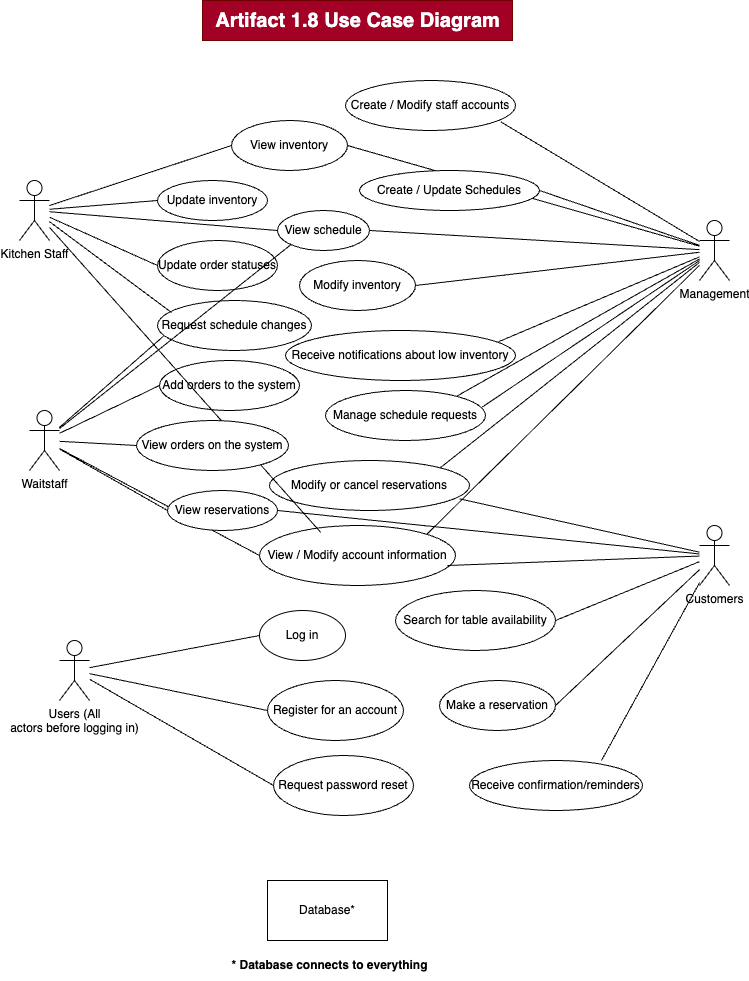
This is Evidence Folder/2. Design Artifacts/Behaviour Diagrams/Artifact 2.1 Use Case Diagram.png from ReginaAqua/RestaurantManagementSystem, a draw.io export, as it was before one commit. Source tidied: cells renumbered, new cells last; positions are measured from the earlier drawing's top-left corner, leaving out a move shared by most shapes. Source of this version:
```xml
<mxGraphModel>
  <root>
    <mxCell id="0" />
    <mxCell id="1" parent="0" />
    <mxCell id="2" style="rounded=0;jettySize=auto;html=1;entryX=0;entryY=0.5;entryDx=0;entryDy=0;endArrow=none;endFill=0;" parent="1" edge="1" source="5" target="27">
      <mxGeometry relative="1" as="geometry" />
    </mxCell>
    <mxCell id="3" style="rounded=0;jettySize=auto;html=1;entryX=0;entryY=0.5;entryDx=0;entryDy=0;endArrow=none;endFill=0;" parent="1" edge="1" source="5" target="28">
      <mxGeometry relative="1" as="geometry" />
    </mxCell>
    <mxCell id="4" style="rounded=0;jettySize=auto;html=1;entryX=0;entryY=0.5;entryDx=0;entryDy=0;endArrow=none;endFill=0;" parent="1" edge="1" source="5" target="33">
      <mxGeometry relative="1" as="geometry" />
    </mxCell>
    <mxCell id="5" value="Users (All&lt;div&gt;actors before logging in)&lt;/div&gt;" style="shape=umlActor;verticalLabelPosition=bottom;verticalAlign=top;html=1;outlineConnect=0;" parent="1" vertex="1">
      <mxGeometry x="40" y="640" width="30" height="60" as="geometry" />
    </mxCell>
    <mxCell id="6" style="rounded=0;jettySize=auto;html=1;entryX=0;entryY=0.5;entryDx=0;entryDy=0;endArrow=none;endFill=0;" parent="1" edge="1" source="10" target="29">
      <mxGeometry relative="1" as="geometry" />
    </mxCell>
    <mxCell id="7" style="rounded=0;jettySize=auto;html=1;entryX=0;entryY=0.5;entryDx=0;entryDy=0;endArrow=none;endFill=0;" parent="1" edge="1" source="10" target="34">
      <mxGeometry relative="1" as="geometry" />
    </mxCell>
    <mxCell id="8" style="rounded=0;jettySize=auto;html=1;entryX=0;entryY=0.5;entryDx=0;entryDy=0;endArrow=none;endFill=0;" parent="1" edge="1" source="10" target="59">
      <mxGeometry relative="1" as="geometry" />
    </mxCell>
    <mxCell id="9" style="rounded=0;jettySize=auto;html=1;entryX=0;entryY=0.5;entryDx=0;entryDy=0;endArrow=none;endFill=0;" parent="1" edge="1" source="10" target="37">
      <mxGeometry relative="1" as="geometry" />
    </mxCell>
    <mxCell id="10" value="Waitstaff" style="shape=umlActor;verticalLabelPosition=bottom;verticalAlign=top;html=1;outlineConnect=0;" parent="1" vertex="1">
      <mxGeometry x="10" y="410" width="30" height="60" as="geometry" />
    </mxCell>
    <mxCell id="11" style="rounded=0;jettySize=auto;html=1;entryX=0;entryY=0.5;entryDx=0;entryDy=0;endArrow=none;endFill=0;" parent="1" edge="1" source="15" target="45">
      <mxGeometry relative="1" as="geometry" />
    </mxCell>
    <mxCell id="12" style="rounded=0;jettySize=auto;html=1;entryX=0;entryY=0.5;entryDx=0;entryDy=0;endArrow=none;endFill=0;" parent="1" edge="1" source="15" target="36">
      <mxGeometry relative="1" as="geometry" />
    </mxCell>
    <mxCell id="13" style="rounded=0;jettySize=auto;html=1;entryX=0;entryY=0.5;entryDx=0;entryDy=0;endArrow=none;endFill=0;" parent="1" edge="1" source="15" target="46">
      <mxGeometry relative="1" as="geometry" />
    </mxCell>
    <mxCell id="14" style="rounded=0;jettySize=auto;html=1;entryX=0;entryY=0.5;entryDx=0;entryDy=0;endArrow=none;endFill=0;" parent="1" edge="1" source="15" target="42">
      <mxGeometry relative="1" as="geometry" />
    </mxCell>
    <mxCell id="15" value="Kitchen Staff" style="shape=umlActor;verticalLabelPosition=bottom;verticalAlign=top;html=1;outlineConnect=0;" parent="1" vertex="1">
      <mxGeometry y="180" width="30" height="60" as="geometry" />
    </mxCell>
    <mxCell id="16" style="rounded=0;jettySize=auto;html=1;entryX=1;entryY=0;entryDx=0;entryDy=0;endArrow=none;endFill=0;" parent="1" edge="1" source="22" target="29">
      <mxGeometry relative="1" as="geometry" />
    </mxCell>
    <mxCell id="17" style="rounded=0;jettySize=auto;html=1;entryX=1;entryY=0;entryDx=0;entryDy=0;endArrow=none;endFill=0;" parent="1" edge="1" source="22" target="31">
      <mxGeometry relative="1" as="geometry" />
    </mxCell>
    <mxCell id="18" style="rounded=0;jettySize=auto;html=1;entryX=1;entryY=0.5;entryDx=0;entryDy=0;endArrow=none;endFill=0;" parent="1" edge="1" source="22" target="43">
      <mxGeometry relative="1" as="geometry" />
    </mxCell>
    <mxCell id="19" style="rounded=0;jettySize=auto;html=1;entryX=1;entryY=0.5;entryDx=0;entryDy=0;endArrow=none;endFill=0;" parent="1" edge="1" source="22" target="42">
      <mxGeometry relative="1" as="geometry" />
    </mxCell>
    <mxCell id="20" style="rounded=0;jettySize=auto;html=1;entryX=1;entryY=0.5;entryDx=0;entryDy=0;endArrow=none;endFill=0;" parent="1" edge="1" source="22" target="36">
      <mxGeometry relative="1" as="geometry" />
    </mxCell>
    <mxCell id="21" style="rounded=0;jettySize=auto;html=1;entryX=1;entryY=0.5;entryDx=0;entryDy=0;endArrow=none;endFill=0;" parent="1" edge="1" source="22" target="54">
      <mxGeometry relative="1" as="geometry" />
    </mxCell>
    <mxCell id="22" value="Management" style="shape=umlActor;verticalLabelPosition=bottom;verticalAlign=top;html=1;outlineConnect=0;" parent="1" vertex="1">
      <mxGeometry x="680" y="220" width="30" height="60" as="geometry" />
    </mxCell>
    <mxCell id="23" style="rounded=0;jettySize=auto;html=1;entryX=1;entryY=0.5;entryDx=0;entryDy=0;endArrow=none;endFill=0;" parent="1" edge="1" source="26" target="32">
      <mxGeometry relative="1" as="geometry" />
    </mxCell>
    <mxCell id="24" style="rounded=0;jettySize=auto;html=1;entryX=1;entryY=0.5;entryDx=0;entryDy=0;endArrow=none;endFill=0;" parent="1" edge="1" source="26" target="30">
      <mxGeometry relative="1" as="geometry" />
    </mxCell>
    <mxCell id="25" style="rounded=0;jettySize=auto;html=1;entryX=1;entryY=0.5;entryDx=0;entryDy=0;endArrow=none;endFill=0;" parent="1" edge="1" source="26" target="34">
      <mxGeometry relative="1" as="geometry" />
    </mxCell>
    <mxCell id="26" value="Customers" style="shape=umlActor;verticalLabelPosition=bottom;verticalAlign=top;html=1;outlineConnect=0;" parent="1" vertex="1">
      <mxGeometry x="680" y="525" width="30" height="60" as="geometry" />
    </mxCell>
    <mxCell id="27" value="&lt;span style=&quot;color: rgba(0, 0, 0, 0); font-family: monospace; font-size: 0px; text-align: start; text-wrap: nowrap;&quot;&gt;&lt;span style=&quot;color: rgb(0, 0, 0); font-family: Helvetica; font-size: 12px; text-align: center;&quot;&gt;Register for an account&lt;/span&gt;3CmxGraphModel%3E%3Croot%3E%3CmxCell%20id%3D%220%22%2F%3E%3CmxCell%20id%3D%221%22%20parent%3D%220%22%2F%3E%3CmxCell%20id%3D%222%22%20value%3D%22%26lt%3Bspan%20style%3D%26quot%3Btext-wrap%3A%20nowrap%3B%26quot%3B%26gt%3BLog%20in%26lt%3B%2Fspan%26gt%3B%22%20style%3D%22ellipse%3BwhiteSpace%3Dwrap%3Bhtml%3D1%3B%22%20vertex%3D%221%22%20parent%3D%221%22%3E%3CmxGeometry%20x%3D%22294%22%20y%3D%22530%22%20width%3D%2286%22%20height%3D%2250%22%20as%3D%22geometry%22%2F%3E%3C%2FmxCell%3E%3C%2Froot%3E%3C%2FmxGraphModel%3Et&lt;/span&gt;" style="ellipse;whiteSpace=wrap;html=1;" parent="1" vertex="1">
      <mxGeometry x="248" y="680" width="136" height="60" as="geometry" />
    </mxCell>
    <mxCell id="28" value="&lt;span style=&quot;text-wrap: nowrap;&quot;&gt;Request password reset&lt;/span&gt;" style="ellipse;whiteSpace=wrap;html=1;" parent="1" vertex="1">
      <mxGeometry x="254" y="755" width="140" height="60" as="geometry" />
    </mxCell>
    <mxCell id="29" value="&lt;span style=&quot;text-wrap: nowrap;&quot;&gt;View / Modify account information&lt;/span&gt;" style="ellipse;whiteSpace=wrap;html=1;" parent="1" vertex="1">
      <mxGeometry x="240" y="525" width="196" height="60" as="geometry" />
    </mxCell>
    <mxCell id="30" value="&lt;span style=&quot;text-wrap: nowrap;&quot;&gt;Search for table availability&lt;/span&gt;" style="ellipse;whiteSpace=wrap;html=1;" parent="1" vertex="1">
      <mxGeometry x="376" y="590" width="160" height="60" as="geometry" />
    </mxCell>
    <mxCell id="31" value="&lt;span style=&quot;text-wrap: nowrap;&quot;&gt;Modify or cancel reservations&lt;/span&gt;" style="ellipse;whiteSpace=wrap;html=1;" parent="1" vertex="1">
      <mxGeometry x="250" y="460" width="200" height="50" as="geometry" />
    </mxCell>
    <mxCell id="32" value="&lt;span style=&quot;text-wrap: nowrap;&quot;&gt;Make a reservation&lt;/span&gt;" style="ellipse;whiteSpace=wrap;html=1;" parent="1" vertex="1">
      <mxGeometry x="420" y="680" width="116" height="50" as="geometry" />
    </mxCell>
    <mxCell id="33" value="&lt;span style=&quot;text-wrap: nowrap;&quot;&gt;Log in&lt;/span&gt;" style="ellipse;whiteSpace=wrap;html=1;" parent="1" vertex="1">
      <mxGeometry x="240" y="610" width="86" height="50" as="geometry" />
    </mxCell>
    <mxCell id="34" value="&lt;span style=&quot;text-wrap: nowrap;&quot;&gt;View reservations&lt;/span&gt;" style="ellipse;whiteSpace=wrap;html=1;" parent="1" vertex="1">
      <mxGeometry x="148" y="490" width="110" height="40" as="geometry" />
    </mxCell>
    <mxCell id="35" value="&lt;span style=&quot;text-wrap: nowrap;&quot;&gt;Receive confirmation/reminders&lt;/span&gt;" style="ellipse;whiteSpace=wrap;html=1;" parent="1" vertex="1">
      <mxGeometry x="450" y="760" width="173" height="50" as="geometry" />
    </mxCell>
    <mxCell id="36" value="&lt;span style=&quot;text-wrap: nowrap;&quot;&gt;View schedule&lt;/span&gt;" style="ellipse;whiteSpace=wrap;html=1;" parent="1" vertex="1">
      <mxGeometry x="258" y="210" width="92" height="40" as="geometry" />
    </mxCell>
    <mxCell id="37" value="&lt;span style=&quot;text-wrap: nowrap;&quot;&gt;Add orders to the system&lt;/span&gt;" style="ellipse;whiteSpace=wrap;html=1;" parent="1" vertex="1">
      <mxGeometry x="140" y="360" width="140" height="50" as="geometry" />
    </mxCell>
    <mxCell id="38" style="rounded=0;jettySize=auto;html=1;entryX=0.763;entryY=0;entryDx=0;entryDy=0;entryPerimeter=0;endArrow=none;endFill=0;" parent="1" edge="1" source="26" target="35">
      <mxGeometry relative="1" as="geometry" />
    </mxCell>
    <mxCell id="39" style="rounded=0;jettySize=auto;html=1;entryX=0.959;entryY=0.667;entryDx=0;entryDy=0;entryPerimeter=0;endArrow=none;endFill=0;" parent="1" edge="1" source="26" target="29">
      <mxGeometry relative="1" as="geometry" />
    </mxCell>
    <mxCell id="40" style="rounded=0;jettySize=auto;html=1;entryX=0.95;entryY=0.767;entryDx=0;entryDy=0;entryPerimeter=0;endArrow=none;endFill=0;" parent="1" edge="1" source="26" target="31">
      <mxGeometry relative="1" as="geometry" />
    </mxCell>
    <mxCell id="41" value="&lt;span style=&quot;text-wrap: nowrap;&quot;&gt;Receive notifications about low inventory&lt;/span&gt;" style="ellipse;whiteSpace=wrap;html=1;" parent="1" vertex="1">
      <mxGeometry x="266" y="330" width="230" height="50" as="geometry" />
    </mxCell>
    <mxCell id="42" value="&lt;span style=&quot;text-wrap: nowrap;&quot;&gt;View inventory&lt;/span&gt;" style="ellipse;whiteSpace=wrap;html=1;" parent="1" vertex="1">
      <mxGeometry x="212" y="120" width="116" height="50" as="geometry" />
    </mxCell>
    <mxCell id="43" value="&lt;span style=&quot;text-wrap: nowrap;&quot;&gt;Modify inventory&lt;/span&gt;" style="ellipse;whiteSpace=wrap;html=1;" parent="1" vertex="1">
      <mxGeometry x="280" y="260" width="116" height="50" as="geometry" />
    </mxCell>
    <mxCell id="44" value="&lt;span style=&quot;text-wrap: nowrap;&quot;&gt;Create / Modify staff accounts&lt;/span&gt;" style="ellipse;whiteSpace=wrap;html=1;" parent="1" vertex="1">
      <mxGeometry x="326" y="80" width="170" height="50" as="geometry" />
    </mxCell>
    <mxCell id="45" value="&lt;span style=&quot;text-wrap: nowrap;&quot;&gt;Update inventory&lt;/span&gt;" style="ellipse;whiteSpace=wrap;html=1;" parent="1" vertex="1">
      <mxGeometry x="138" y="180" width="110" height="40" as="geometry" />
    </mxCell>
    <mxCell id="46" value="&lt;span style=&quot;text-wrap: nowrap;&quot;&gt;Update order statuses&lt;/span&gt;" style="ellipse;whiteSpace=wrap;html=1;" parent="1" vertex="1">
      <mxGeometry x="138" y="240" width="120" height="50" as="geometry" />
    </mxCell>
    <mxCell id="47" value="&lt;div&gt;Request schedule changes&lt;/div&gt;" style="ellipse;whiteSpace=wrap;html=1;" parent="1" vertex="1">
      <mxGeometry x="138" y="300" width="154" height="50" as="geometry" />
    </mxCell>
    <mxCell id="48" style="rounded=0;jettySize=auto;html=1;entryX=0;entryY=1;entryDx=0;entryDy=0;endArrow=none;endFill=0;" parent="1" edge="1" source="10" target="36">
      <mxGeometry relative="1" as="geometry" />
    </mxCell>
    <mxCell id="49" style="rounded=0;jettySize=auto;html=1;entryX=0.039;entryY=0.713;entryDx=0;entryDy=0;entryPerimeter=0;endArrow=none;endFill=0;" parent="1" edge="1" source="10" target="47">
      <mxGeometry relative="1" as="geometry" />
    </mxCell>
    <mxCell id="50" style="rounded=0;jettySize=auto;html=1;entryX=0.313;entryY=0.117;entryDx=0;entryDy=0;entryPerimeter=0;endArrow=none;endFill=0;" parent="1" edge="1" source="15" target="29">
      <mxGeometry relative="1" as="geometry" />
    </mxCell>
    <mxCell id="51" style="rounded=0;jettySize=auto;html=1;entryX=0.091;entryY=0.24;entryDx=0;entryDy=0;entryPerimeter=0;endArrow=none;endFill=0;" parent="1" edge="1" source="15" target="47">
      <mxGeometry relative="1" as="geometry" />
    </mxCell>
    <mxCell id="52" style="rounded=0;jettySize=auto;html=1;entryX=0.914;entryY=0.827;entryDx=0;entryDy=0;entryPerimeter=0;endArrow=none;endFill=0;" parent="1" edge="1" source="22" target="44">
      <mxGeometry relative="1" as="geometry" />
    </mxCell>
    <mxCell id="53" style="rounded=0;jettySize=auto;html=1;entryX=0.925;entryY=0.227;entryDx=0;entryDy=0;entryPerimeter=0;endArrow=none;endFill=0;" parent="1" edge="1" source="22" target="41">
      <mxGeometry relative="1" as="geometry" />
    </mxCell>
    <mxCell id="54" value="&lt;span style=&quot;text-wrap: nowrap;&quot;&gt;Create / Update Schedules&lt;/span&gt;" style="ellipse;whiteSpace=wrap;html=1;" parent="1" vertex="1">
      <mxGeometry x="340" y="170" width="180" height="40" as="geometry" />
    </mxCell>
    <mxCell id="55" style="rounded=0;jettySize=auto;html=1;entryX=0.745;entryY=0.25;entryDx=0;entryDy=0;entryPerimeter=0;endArrow=none;endFill=0;" parent="1" edge="1" source="22" target="56">
      <mxGeometry relative="1" as="geometry" />
    </mxCell>
    <mxCell id="56" value="&lt;span style=&quot;text-wrap: nowrap;&quot;&gt;Manage schedule requests&lt;/span&gt;" style="ellipse;whiteSpace=wrap;html=1;" parent="1" vertex="1">
      <mxGeometry x="306" y="390" width="160" height="50" as="geometry" />
    </mxCell>
    <mxCell id="57" style="rounded=0;jettySize=auto;html=1;entryX=0.979;entryY=0.333;entryDx=0;entryDy=0;entryPerimeter=0;endArrow=none;endFill=0;" parent="1" edge="1" source="22" target="56">
      <mxGeometry relative="1" as="geometry" />
    </mxCell>
    <mxCell id="58" value="Database*" style="rounded=0;whiteSpace=wrap;html=1;" parent="1" vertex="1">
      <mxGeometry x="248" y="880" width="120" height="60" as="geometry" />
    </mxCell>
    <mxCell id="59" value="&lt;span style=&quot;text-wrap: nowrap;&quot;&gt;View orders on the system&lt;/span&gt;" style="ellipse;whiteSpace=wrap;html=1;" parent="1" vertex="1">
      <mxGeometry x="117" y="420" width="152" height="50" as="geometry" />
    </mxCell>
    <mxCell id="60" value="&lt;b&gt;* Database connects to everything&lt;/b&gt;" style="text;html=1;align=center;verticalAlign=middle;strokeColor=none;fillColor=none;" parent="1" vertex="1">
      <mxGeometry x="200" y="950" width="220" height="30" as="geometry" />
    </mxCell>
    <mxCell id="61" value="&lt;b&gt;&lt;font style=&quot;font-size: 20px;&quot;&gt;Artifact 1.8 Use Case Diagram&lt;/font&gt;&lt;/b&gt;" style="text;html=1;align=center;verticalAlign=middle;strokeColor=#6F0000;fillColor=#a20025;fontColor=#ffffff;" parent="1" vertex="1">
      <mxGeometry x="183" width="310" height="40" as="geometry" />
    </mxCell>
  </root>
</mxGraphModel>
```
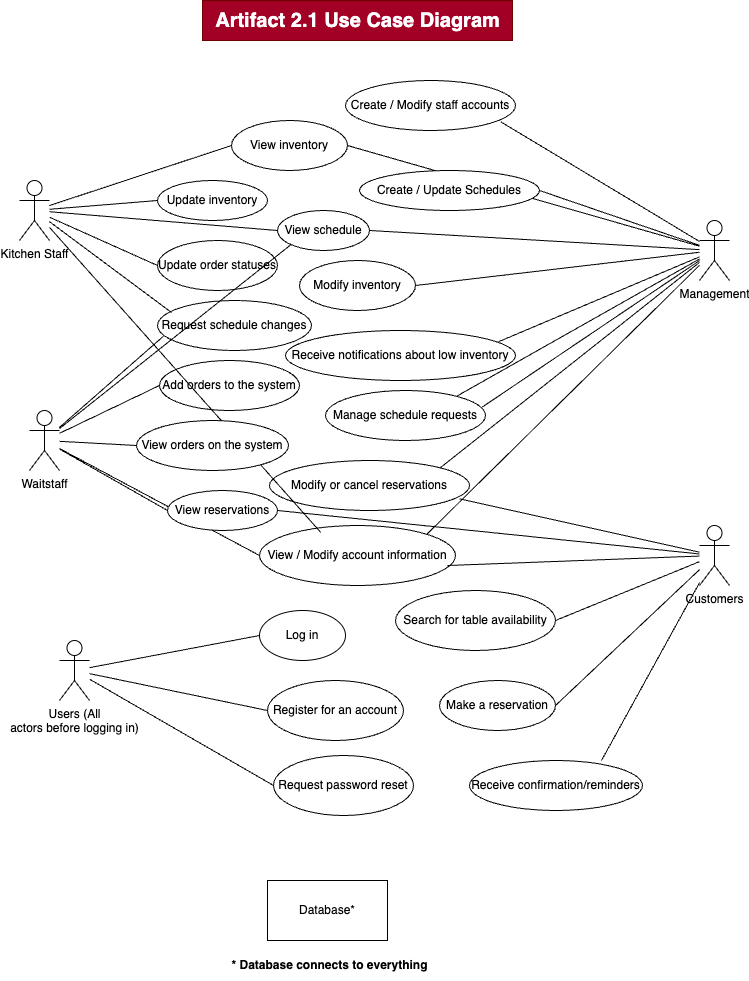
Later version of the same file.

Diff of the diagram source:
```diff
@@ -179,7 +179,7 @@
     <mxCell id="60" value="&lt;b&gt;* Database connects to everything&lt;/b&gt;" style="text;html=1;align=center;verticalAlign=middle;strokeColor=none;fillColor=none;" parent="1" vertex="1">
       <mxGeometry x="200" y="950" width="220" height="30" as="geometry" />
     </mxCell>
-    <mxCell id="61" value="&lt;b&gt;&lt;font style=&quot;font-size: 20px;&quot;&gt;Artifact 1.8 Use Case Diagram&lt;/font&gt;&lt;/b&gt;" style="text;html=1;align=center;verticalAlign=middle;strokeColor=#6F0000;fillColor=#a20025;fontColor=#ffffff;" parent="1" vertex="1">
+    <mxCell id="61" value="&lt;b&gt;&lt;font style=&quot;font-size: 20px;&quot;&gt;Artifact 2.1 Use Case Diagram&lt;/font&gt;&lt;/b&gt;" style="text;html=1;align=center;verticalAlign=middle;strokeColor=#6F0000;fillColor=#a20025;fontColor=#ffffff;" parent="1" vertex="1">
       <mxGeometry x="183" width="310" height="40" as="geometry" />
     </mxCell>
   </root>
```
